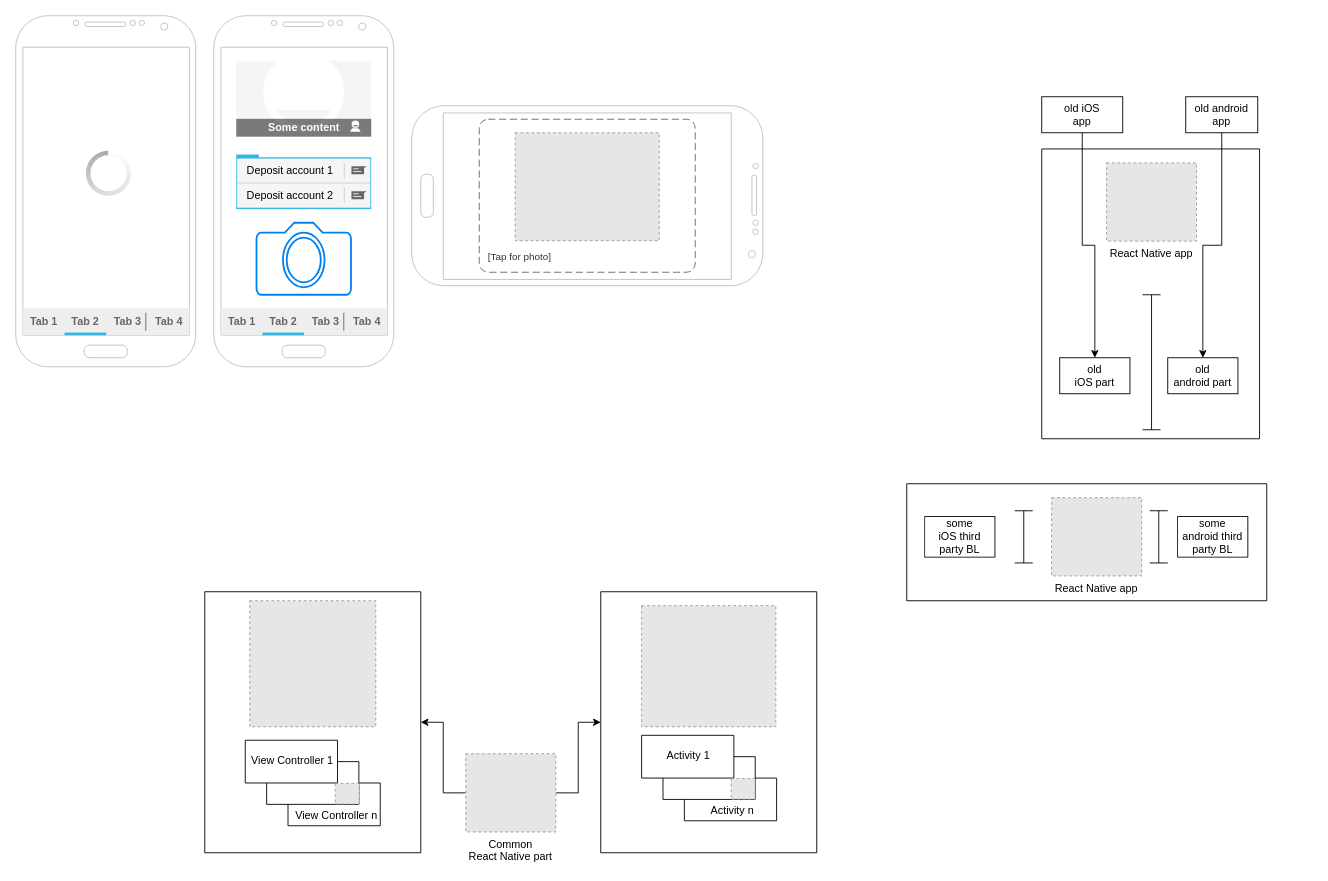
Above: MPM1.drawio in zakharov-dy/diagrams (draw.io), before the change. Source tidied: cells renumbered, new cells numbered last; positions are measured from the earlier drawing's top-left corner, leaving out a move shared by most shapes. Both pictures are drawn from the tidied source at 90%, with x=0, y=0 at pixel (15, 15). Pictures stored in the file or linked from it are replaced by grey dashed boxes.
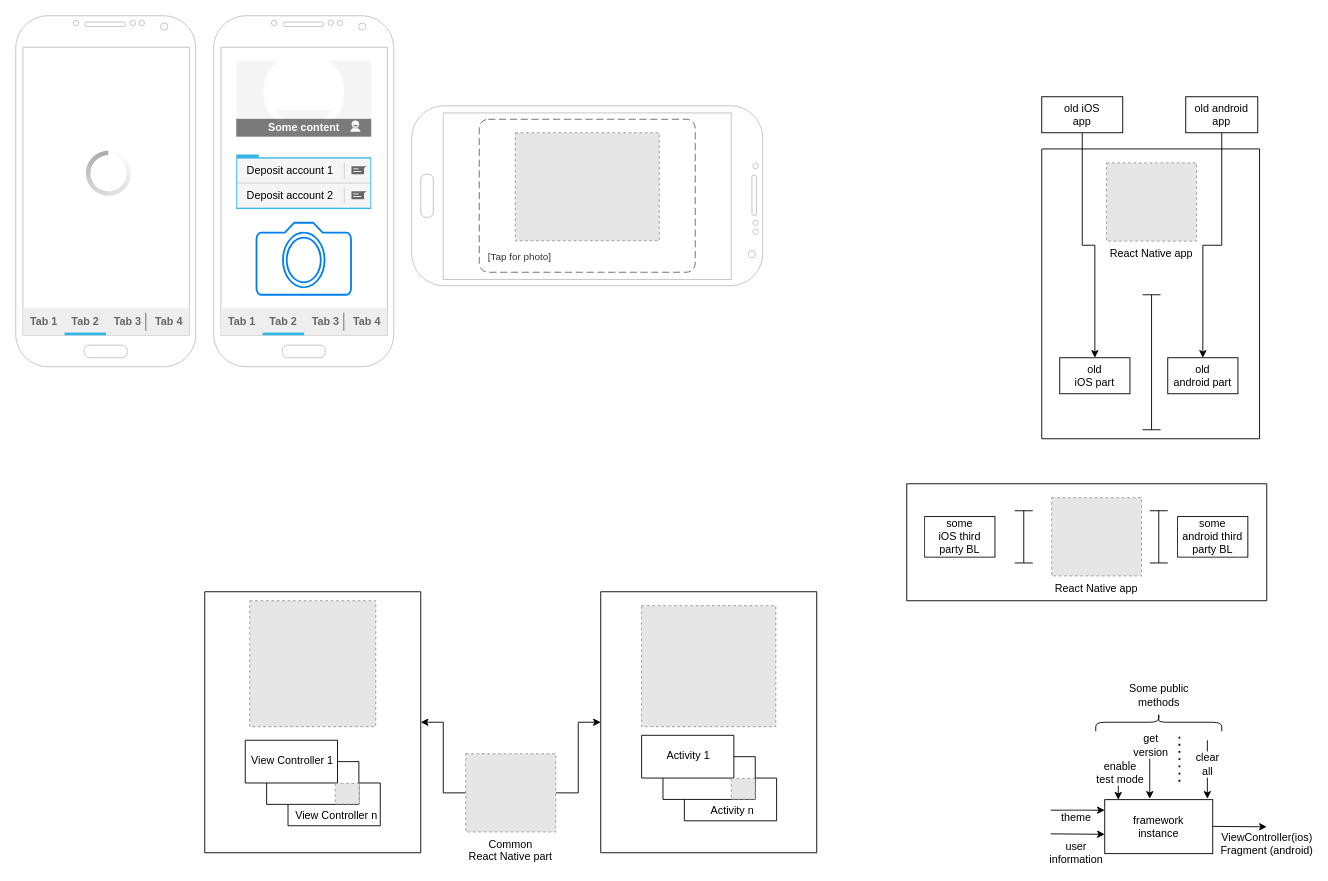
After the change.

Change to the diagram source:
```diff
@@
+    <mxCell id="61" value="framework&lt;br&gt;instance" style="rounded=0;whiteSpace=wrap;html=1;labelBackgroundColor=default;fontFamily=Helvetica;fontSize=12;fontColor=default;strokeColor=default;fillColor=default;" parent="1" vertex="1">
+      <mxGeometry x="1210" y="871" width="120" height="60" as="geometry" />
+    </mxCell>
+    <mxCell id="62" style="endArrow=classic;html=1;rounded=0;fontFamily=Helvetica;fontSize=12;fontColor=default;" parent="1" edge="1">
+      <mxGeometry relative="1" as="geometry">
+        <mxPoint x="1150" y="909" as="sourcePoint" />
+        <mxPoint x="1210" y="909.5" as="targetPoint" />
+      </mxGeometry>
+    </mxCell>
+    <mxCell id="63" value="user&lt;br&gt;information" style="edgeLabel;html=1;align=center;verticalAlign=middle;fontSize=12;fontFamily=Helvetica;fontColor=default;" parent="62" vertex="1">
+      <mxGeometry x="-0.56" y="2" relative="1" as="geometry">
+        <mxPoint x="14" y="22" as="offset" />
+      </mxGeometry>
+    </mxCell>
+    <mxCell id="64" style="endArrow=classic;html=1;rounded=0;fontFamily=Helvetica;fontSize=12;fontColor=default;" parent="1" edge="1">
+      <mxGeometry relative="1" as="geometry">
+        <mxPoint x="1330" y="900.7" as="sourcePoint" />
+        <mxPoint x="1390" y="901.2" as="targetPoint" />
+      </mxGeometry>
+    </mxCell>
+    <mxCell id="65" value="ViewController(ios)&lt;br&gt;Fragment (android)" style="edgeLabel;html=1;align=center;verticalAlign=middle;fontSize=12;fontFamily=Helvetica;fontColor=default;" parent="64" vertex="1">
+      <mxGeometry x="-0.56" y="2" relative="1" as="geometry">
+        <mxPoint x="46" y="21" as="offset" />
+      </mxGeometry>
+    </mxCell>
+    <mxCell id="66" style="endArrow=classic;html=1;rounded=0;fontFamily=Helvetica;fontSize=12;fontColor=default;entryX=0;entryY=0.25;entryDx=0;entryDy=0;" parent="1" edge="1">
+      <mxGeometry relative="1" as="geometry">
+        <mxPoint x="1150" y="882.7" as="sourcePoint" />
+        <mxPoint x="1210" y="882.7" as="targetPoint" />
+      </mxGeometry>
+    </mxCell>
+    <mxCell id="67" value="theme" style="edgeLabel;html=1;align=center;verticalAlign=middle;fontSize=12;fontFamily=Helvetica;fontColor=default;" parent="66" vertex="1">
+      <mxGeometry x="-0.56" y="2" relative="1" as="geometry">
+        <mxPoint x="14" y="10" as="offset" />
+      </mxGeometry>
+    </mxCell>
+    <mxCell id="68" style="endArrow=classic;html=1;rounded=0;fontFamily=Helvetica;fontSize=12;fontColor=default;entryX=0.25;entryY=0;entryDx=0;entryDy=0;" parent="1" edge="1">
+      <mxGeometry relative="1" as="geometry">
+        <mxPoint x="1225" y="830" as="sourcePoint" />
+        <mxPoint x="1225" y="871" as="targetPoint" />
+      </mxGeometry>
+    </mxCell>
+    <mxCell id="69" value="enable&lt;br&gt;test mode" style="edgeLabel;html=1;align=center;verticalAlign=middle;fontSize=12;fontFamily=Helvetica;fontColor=default;" parent="68" vertex="1">
+      <mxGeometry x="-0.33" y="1" relative="1" as="geometry">
+        <mxPoint y="-4" as="offset" />
+      </mxGeometry>
+    </mxCell>
+    <mxCell id="70" style="endArrow=classic;html=1;rounded=0;fontFamily=Helvetica;fontSize=12;fontColor=default;" parent="1" edge="1">
+      <mxGeometry relative="1" as="geometry">
+        <mxPoint x="1260" y="805" as="sourcePoint" />
+        <mxPoint x="1260" y="870" as="targetPoint" />
+      </mxGeometry>
+    </mxCell>
+    <mxCell id="71" value="get&lt;br&gt;version" style="edgeLabel;html=1;align=center;verticalAlign=middle;fontSize=12;fontFamily=Helvetica;fontColor=default;" parent="70" vertex="1">
+      <mxGeometry x="-0.33" y="1" relative="1" as="geometry">
+        <mxPoint x="-1" y="-17" as="offset" />
+      </mxGeometry>
+    </mxCell>
+    <mxCell id="72" style="shape=curlyBracket;whiteSpace=wrap;html=1;rounded=1;flipH=1;labelBackgroundColor=default;fontFamily=Helvetica;fontSize=12;fontColor=default;strokeColor=default;fillColor=default;rotation=-90;" parent="1" vertex="1">
+      <mxGeometry x="1260" y="715" width="20" height="140" as="geometry" />
+    </mxCell>
+    <mxCell id="73" value="Some public &lt;br&gt;methods" style="text;html=1;align=center;verticalAlign=middle;strokeColor=none;fillColor=none;fontSize=12;fontFamily=Helvetica;fontColor=default;" parent="1" vertex="1">
+      <mxGeometry x="1230" y="740" width="80" height="30" as="geometry" />
+    </mxCell>
+    <mxCell id="74" style="endArrow=none;dashed=1;html=1;dashPattern=1 3;strokeWidth=2;rounded=0;fontFamily=Helvetica;fontSize=12;fontColor=default;" parent="1" edge="1">
+      <mxGeometry relative="1" as="geometry">
+        <mxPoint x="1293" y="851" as="sourcePoint" />
+        <mxPoint x="1293" y="801" as="targetPoint" />
+      </mxGeometry>
+    </mxCell>
+    <mxCell id="75" style="endArrow=classic;html=1;rounded=0;fontFamily=Helvetica;fontSize=12;fontColor=default;" parent="1" edge="1">
+      <mxGeometry relative="1" as="geometry">
+        <mxPoint x="1324" y="805" as="sourcePoint" />
+        <mxPoint x="1324" y="870" as="targetPoint" />
+      </mxGeometry>
+    </mxCell>
+    <mxCell id="76" value="clear&lt;br&gt;all" style="edgeLabel;html=1;align=center;verticalAlign=middle;fontSize=12;fontFamily=Helvetica;fontColor=default;" parent="75" vertex="1">
+      <mxGeometry x="-0.19" y="-1" relative="1" as="geometry" />
+    </mxCell>
```
